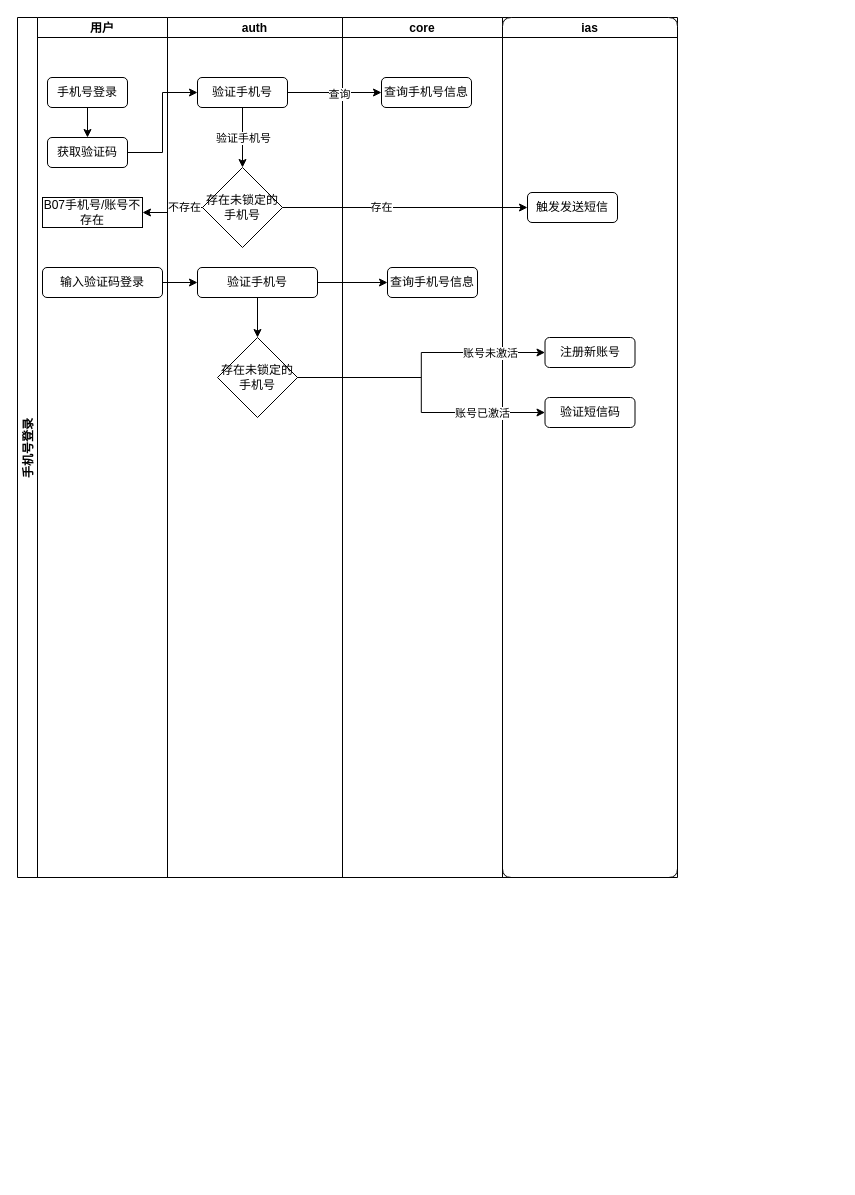
This is page "手机号登录流程" (2 of 3) of 域账号登录流程.drawio from rainerpiao/cloud-computing, a draw.io file, before an edit. Source tidied: cells renumbered, new cells numbered last; positions are measured from the earlier drawing's top-left corner, leaving out a move shared by most shapes. Both pictures are drawn from the tidied source at 100%, with x=0, y=0 at pixel (17, 17).
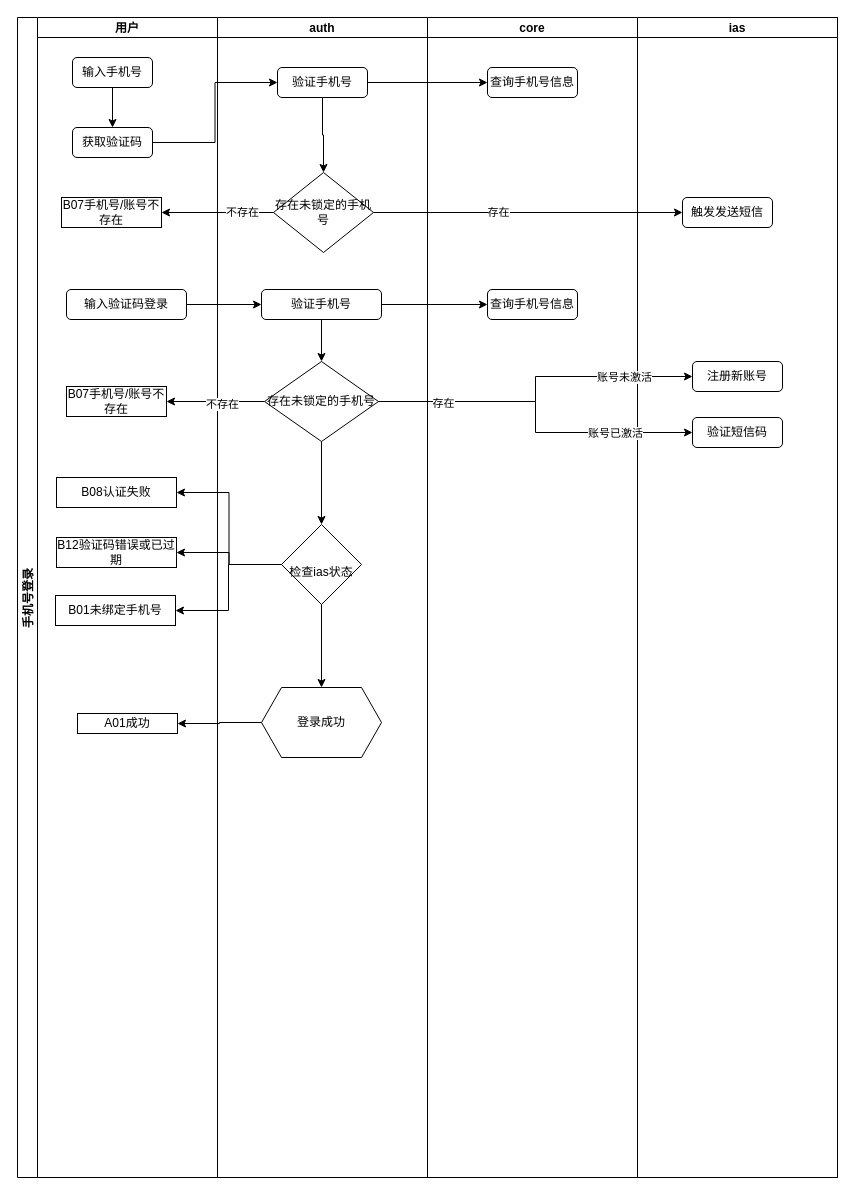
The same page after the edit.

Unchanged cells that the change refers to:
```xml
<mxCell id="13" style="edgeStyle=orthogonalEdgeStyle;rounded=0;jettySize=auto;html=1;exitX=0.5;exitY=1;exitDx=0;exitDy=0;" parent="12" edge="1" source="16" target="15">
  <mxGeometry relative="1" as="geometry" />
</mxCell>
```

Change to the diagram source:
```diff
@@
     <mxCell id="2" value="手机号登录" style="swimlane;startSize=20;horizontal=0;fixedHeader=0;" parent="1" vertex="1">
-      <mxGeometry width="660" height="860" as="geometry" />
+      <mxGeometry width="820" height="1160" as="geometry" />
     </mxCell>
     <mxCell id="3" value="用户" style="swimlane;startSize=20;strokeColor=default;align=center;verticalAlign=middle;fontFamily=Helvetica;fontSize=12;fontColor=default;fontStyle=1;fillColor=default;" parent="2" vertex="1">
-      <mxGeometry x="20" width="130" height="860" as="geometry" />
+      <mxGeometry x="20" width="180" height="1160" as="geometry" />
     </mxCell>
     <mxCell id="4" value="B07手机号/账号不存在" style="whiteSpace=wrap;html=1;" parent="3" vertex="1">
-      <mxGeometry x="5" y="180" width="100" height="30" as="geometry" />
+      <mxGeometry x="24" y="180" width="100" height="30" as="geometry" />
     </mxCell>
@@
-    <mxCell id="6" value="手机号登录" style="rounded=1;whiteSpace=wrap;html=1;" parent="3" vertex="1">
-      <mxGeometry x="10" y="60" width="80" height="30" as="geometry" />
+    <mxCell id="6" value="输入手机号" style="rounded=1;whiteSpace=wrap;html=1;" parent="3" vertex="1">
+      <mxGeometry x="35" y="40" width="80" height="30" as="geometry" />
     </mxCell>
     <mxCell id="7" value="获取验证码" style="rounded=1;whiteSpace=wrap;html=1;" parent="3" vertex="1">
-      <mxGeometry x="10" y="120" width="80" height="30" as="geometry" />
+      <mxGeometry x="35" y="110" width="80" height="30" as="geometry" />
     </mxCell>
     <mxCell id="8" value="输入验证码登录" style="rounded=1;whiteSpace=wrap;html=1;" parent="3" vertex="1">
-      <mxGeometry x="5" y="250" width="120" height="30" as="geometry" />
+      <mxGeometry x="29" y="272" width="120" height="30" as="geometry" />
     </mxCell>
+    <mxCell id="37" value="B01未绑定手机号" style="rounded=0;whiteSpace=wrap;html=1;" parent="3" vertex="1">
+      <mxGeometry x="18" y="578" width="120" height="30" as="geometry" />
+    </mxCell>
+    <mxCell id="38" value="B08认证失败" style="rounded=0;whiteSpace=wrap;html=1;" parent="3" vertex="1">
+      <mxGeometry x="19" y="460" width="120" height="30" as="geometry" />
+    </mxCell>
+    <mxCell id="39" value="B12验证码错误或已过期" style="rounded=0;whiteSpace=wrap;html=1;" parent="3" vertex="1">
+      <mxGeometry x="19" y="520" width="120" height="30" as="geometry" />
+    </mxCell>
+    <mxCell id="40" value="B07手机号/账号不存在" style="whiteSpace=wrap;html=1;" parent="3" vertex="1">
+      <mxGeometry x="29" y="369" width="100" height="30" as="geometry" />
+    </mxCell>
@@
     <mxCell id="12" value="auth" style="swimlane;startSize=20;" parent="2" vertex="1">
-      <mxGeometry x="150" width="175" height="860" as="geometry" />
+      <mxGeometry x="200" width="210" height="1160" as="geometry" />
     </mxCell>
@@
-    <mxCell id="14" value="验证手机号" style="edgeLabel;html=1;align=center;verticalAlign=middle;" parent="13" vertex="1">
-      <mxGeometry x="-0.01" relative="1" as="geometry" />
-    </mxCell>
     <mxCell id="15" value="存在未锁定的手机号" style="rhombus;whiteSpace=wrap;html=1;shapeInside=1;" parent="12" vertex="1">
-      <mxGeometry x="35" y="150" width="80" height="80" as="geometry" />
+      <mxGeometry x="56" y="155" width="100" height="80" as="geometry" />
     </mxCell>
     <mxCell id="16" value="验证手机号" style="rounded=1;whiteSpace=wrap;html=1;" parent="12" vertex="1">
-      <mxGeometry x="30" y="60" width="90" height="30" as="geometry" />
+      <mxGeometry x="60" y="50" width="90" height="30" as="geometry" />
     </mxCell>
@@
     <mxCell id="18" value="验证手机号" style="rounded=1;whiteSpace=wrap;html=1;" parent="12" vertex="1">
-      <mxGeometry x="30" y="250" width="120" height="30" as="geometry" />
+      <mxGeometry x="44" y="272" width="120" height="30" as="geometry" />
     </mxCell>
+    <mxCell id="41" style="edgeStyle=orthogonalEdgeStyle;rounded=0;jettySize=auto;html=1;" parent="12" edge="1" source="19" target="43">
+      <mxGeometry relative="1" as="geometry" />
+    </mxCell>
     <mxCell id="19" value="存在未锁定的手机号" style="rhombus;whiteSpace=wrap;html=1;shapeInside=1;" parent="12" vertex="1">
-      <mxGeometry x="50" y="320" width="80" height="80" as="geometry" />
+      <mxGeometry x="47" y="344" width="114" height="80" as="geometry" />
     </mxCell>
+    <mxCell id="42" style="edgeStyle=orthogonalEdgeStyle;rounded=0;jettySize=auto;html=1;" parent="12" edge="1" source="43" target="44">
+      <mxGeometry relative="1" as="geometry" />
+    </mxCell>
+    <mxCell id="43" value="&lt;br class=&quot;Apple-interchange-newline&quot;&gt;检查ias状态" style="rhombus;whiteSpace=wrap;html=1;shapeInside=1;" parent="12" vertex="1">
+      <mxGeometry x="64" y="507" width="80" height="80" as="geometry" />
+    </mxCell>
+    <mxCell id="44" value="登录成功" style="shape=hexagon;perimeter=hexagonPerimeter2;whiteSpace=wrap;html=1;shapeInside=1;fixedSize=1;" parent="12" vertex="1">
+      <mxGeometry x="44" y="670" width="120" height="70" as="geometry" />
+    </mxCell>
+    <mxCell id="27" style="edgeStyle=orthogonalEdgeStyle;rounded=0;jettySize=auto;html=1;entryX=0;entryY=0.5;entryDx=0;entryDy=0;" parent="2" edge="1" source="16" target="21">
+      <mxGeometry relative="1" as="geometry" />
+    </mxCell>
+    <mxCell id="31" style="edgeStyle=orthogonalEdgeStyle;rounded=0;jettySize=auto;html=1;" parent="2" edge="1" source="8" target="18">
+      <mxGeometry relative="1" as="geometry" />
+    </mxCell>
+    <mxCell id="32" style="edgeStyle=orthogonalEdgeStyle;rounded=0;jettySize=auto;html=1;" parent="2" edge="1" source="18" target="22">
+      <mxGeometry relative="1" as="geometry" />
+    </mxCell>
     <mxCell id="20" value="core" style="swimlane;startSize=20;" parent="2" vertex="1">
-      <mxGeometry x="325" width="160" height="860" as="geometry" />
+      <mxGeometry x="410" width="210" height="1160" as="geometry" />
     </mxCell>
     <mxCell id="21" value="查询手机号信息" style="rounded=1;whiteSpace=wrap;html=1;" parent="20" vertex="1">
-      <mxGeometry x="39" y="60" width="90" height="30" as="geometry" />
+      <mxGeometry x="60" y="50" width="90" height="30" as="geometry" />
     </mxCell>
     <mxCell id="22" value="查询手机号信息" style="rounded=1;whiteSpace=wrap;html=1;" parent="20" vertex="1">
-      <mxGeometry x="45" y="250" width="90" height="30" as="geometry" />
+      <mxGeometry x="60" y="272" width="90" height="30" as="geometry" />
     </mxCell>
-    <mxCell id="23" value="ias" style="swimlane;startSize=20;rounded=1;strokeColor=default;align=center;verticalAlign=middle;fontFamily=Helvetica;fontSize=12;fontColor=default;fillColor=default;" parent="2" vertex="1">
-      <mxGeometry x="485" width="175" height="860" as="geometry" />
+    <mxCell id="23" value="ias" style="swimlane;startSize=20;" parent="2" vertex="1">
+      <mxGeometry x="620" width="200" height="1160" as="geometry" />
     </mxCell>
     <mxCell id="24" value="触发发送短信" style="rounded=1;whiteSpace=wrap;html=1;" parent="23" vertex="1">
-      <mxGeometry x="25" y="175" width="90" height="30" as="geometry" />
+      <mxGeometry x="45" y="180" width="90" height="30" as="geometry" />
     </mxCell>
     <mxCell id="25" value="注册新账号" style="rounded=1;whiteSpace=wrap;html=1;" parent="23" vertex="1">
-      <mxGeometry x="42.5" y="320" width="90" height="30" as="geometry" />
+      <mxGeometry x="55" y="344" width="90" height="30" as="geometry" />
     </mxCell>
     <mxCell id="26" value="验证短信码" style="rounded=1;whiteSpace=wrap;html=1;" parent="23" vertex="1">
-      <mxGeometry x="42.5" y="380" width="90" height="30" as="geometry" />
+      <mxGeometry x="55" y="400" width="90" height="30" as="geometry" />
     </mxCell>
-    <mxCell id="27" style="edgeStyle=orthogonalEdgeStyle;rounded=0;jettySize=auto;html=1;entryX=0;entryY=0.5;entryDx=0;entryDy=0;" parent="2" edge="1" source="16" target="21">
-      <mxGeometry relative="1" as="geometry" />
-    </mxCell>
-    <mxCell id="28" value="查询" style="edgeLabel;html=1;align=center;verticalAlign=middle;" parent="27" vertex="1">
-      <mxGeometry x="0.09" y="-1" relative="1" as="geometry" />
-    </mxCell>
@@
-    <mxCell id="31" style="edgeStyle=orthogonalEdgeStyle;rounded=0;jettySize=auto;html=1;" parent="2" edge="1" source="8" target="18">
-      <mxGeometry relative="1" as="geometry" />
-    </mxCell>
-    <mxCell id="32" style="edgeStyle=orthogonalEdgeStyle;rounded=0;jettySize=auto;html=1;" parent="2" edge="1" source="18" target="22">
-      <mxGeometry relative="1" as="geometry" />
-    </mxCell>
@@
-    <mxCell id="35" style="edgeStyle=orthogonalEdgeStyle;rounded=0;jettySize=auto;html=1;" parent="2" edge="1" source="19" target="26">
+    <mxCell id="35" style="edgeStyle=orthogonalEdgeStyle;rounded=0;jettySize=auto;html=1;entryX=0;entryY=0.5;entryDx=0;entryDy=0;" parent="2" edge="1" source="19" target="26">
       <mxGeometry relative="1" as="geometry" />
     </mxCell>
@@
+    <mxCell id="45" value="存在" style="edgeLabel;html=1;align=center;verticalAlign=middle;" parent="35" vertex="1">
+      <mxGeometry x="-0.63" y="-1" relative="1" as="geometry" />
+    </mxCell>
+    <mxCell id="46" style="edgeStyle=orthogonalEdgeStyle;rounded=0;jettySize=auto;html=1;entryX=1;entryY=0.5;entryDx=0;entryDy=0;" parent="2" edge="1" source="43" target="38">
+      <mxGeometry relative="1" as="geometry" />
+    </mxCell>
+    <mxCell id="47" style="edgeStyle=orthogonalEdgeStyle;rounded=0;jettySize=auto;html=1;entryX=1;entryY=0.5;entryDx=0;entryDy=0;" parent="2" edge="1" source="43" target="37">
+      <mxGeometry relative="1" as="geometry" />
+    </mxCell>
+    <mxCell id="48" style="edgeStyle=orthogonalEdgeStyle;rounded=0;jettySize=auto;html=1;exitX=0;exitY=0.5;exitDx=0;exitDy=0;entryX=1;entryY=0.5;entryDx=0;entryDy=0;" parent="2" edge="1" source="43" target="39">
+      <mxGeometry relative="1" as="geometry" />
+    </mxCell>
+    <mxCell id="49" style="edgeStyle=orthogonalEdgeStyle;rounded=0;jettySize=auto;html=1;entryX=1;entryY=0.5;entryDx=0;entryDy=0;" parent="2" edge="1" source="19" target="40">
+      <mxGeometry relative="1" as="geometry" />
+    </mxCell>
+    <mxCell id="50" value="不存在" style="edgeLabel;html=1;align=center;verticalAlign=middle;" parent="49" vertex="1">
+      <mxGeometry x="-0.12" y="2" relative="1" as="geometry" />
+    </mxCell>
+    <mxCell id="51" value="A01成功" style="rounded=0;whiteSpace=wrap;html=1;" parent="1" vertex="1">
+      <mxGeometry x="60" y="696" width="100" height="20" as="geometry" />
+    </mxCell>
+    <mxCell id="52" style="edgeStyle=orthogonalEdgeStyle;rounded=0;jettySize=auto;html=1;" parent="1" edge="1" source="44" target="51">
+      <mxGeometry relative="1" as="geometry" />
+    </mxCell>
```
